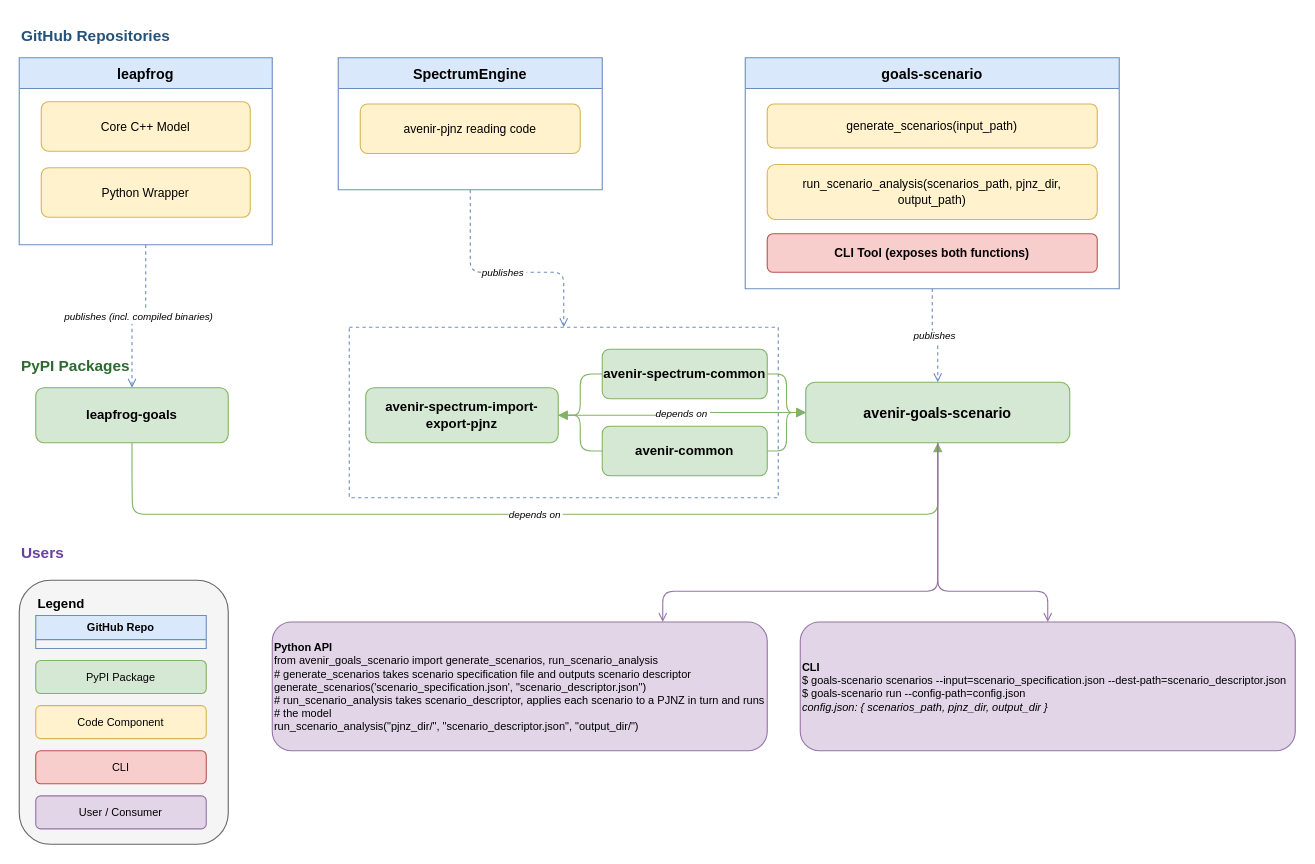
Above: images/goals_scenario_architecture.drawio in AvenirHealth-org/goals-scenario (draw.io), before the change. Source tidied: cells renumbered, new cells numbered last; positions are measured from the earlier drawing's top-left corner, leaving out a move shared by most shapes. Both pictures are drawn from the tidied source at 110%, with x=0, y=0 at pixel (19, 19).
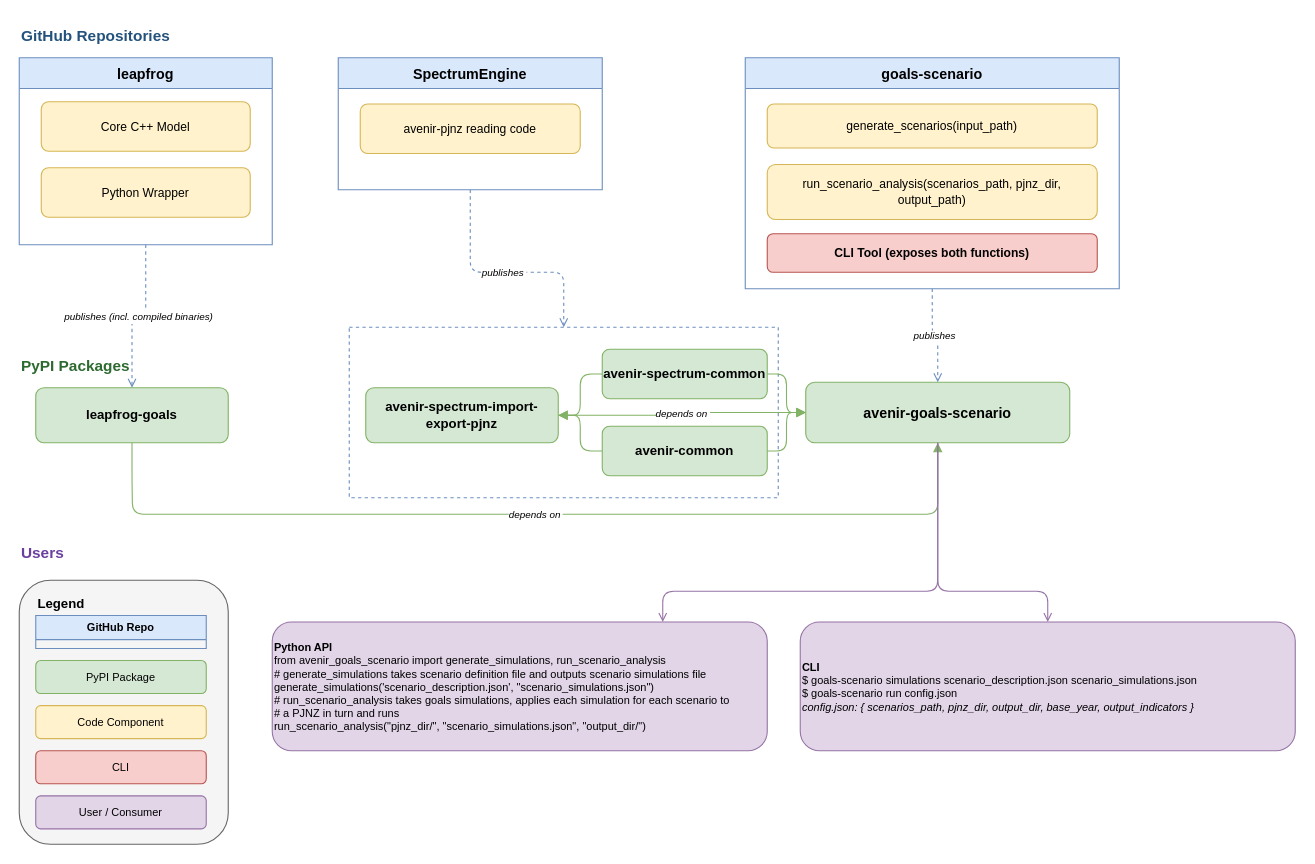
The same diagram, later.

Commit message (it also covers changes not shown here):
Update architecture diagram

What changed in the source:
```diff
@@
-    <mxCell id="20" value="&lt;b&gt;Python API&lt;/b&gt;&lt;br&gt;from avenir_goals_scenario import generate_scenarios, run_scenario_analysis&lt;br&gt;# generate_scenarios takes scenario specification file and outputs scenario descriptor&lt;br&gt;generate_scenarios('scenario_specification.json', &quot;scenario_descriptor.json&quot;)&lt;br&gt;# run_scenario_analysis takes scenario_descriptor, applies each scenario to a PJNZ in turn and runs # the model&lt;br&gt;run_scenario_analysis(&quot;pjnz_dir/&quot;, &quot;scenario_descriptor.json&quot;, &quot;output_dir/&quot;)" style="rounded=1;whiteSpace=wrap;html=1;fillColor=#e1d5e7;strokeColor=#9673a6;fontSize=10;align=left;" parent="1" vertex="1">
+    <mxCell id="20" value="&lt;b&gt;Python API&lt;/b&gt;&lt;br&gt;from avenir_goals_scenario import generate_simulations, run_scenario_analysis&lt;br&gt;# generate_simulations takes scenario definition file and outputs scenario simulations file&lt;br&gt;generate_simulations('scenario_description.json', &quot;scenario_simulations.json&quot;)&lt;br&gt;# run_scenario_analysis takes goals simulations, applies each simulation for each scenario to&amp;nbsp;&lt;br&gt;# a PJNZ in turn and runs&lt;br&gt;run_scenario_analysis(&quot;pjnz_dir/&quot;, &quot;scenario_simulations.json&quot;, &quot;output_dir/&quot;)" style="rounded=1;whiteSpace=wrap;html=1;fillColor=#e1d5e7;strokeColor=#9673a6;fontSize=10;align=left;" parent="1" vertex="1">
       <mxGeometry x="230" y="548" width="450" height="117" as="geometry" />
     </mxCell>
-    <mxCell id="21" value="&lt;b&gt;CLI&lt;/b&gt;&lt;br&gt;$ goals-scenario scenarios --input=scenario_specification.json --dest-path=scenario_descriptor.json&lt;br&gt;$ goals-scenario run --config-path=config.json&lt;br&gt;&lt;i&gt;config.json: { scenarios_path, pjnz_dir, output_dir }&lt;/i&gt;" style="rounded=1;whiteSpace=wrap;html=1;fillColor=#e1d5e7;strokeColor=#9673a6;fontSize=10;align=left;" parent="1" vertex="1">
+    <mxCell id="21" value="&lt;b&gt;CLI&lt;/b&gt;&lt;br&gt;$ goals-scenario simulations scenario_description.json scenario_simulations.json&lt;br&gt;$ goals-scenario run config.json&lt;br&gt;&lt;i&gt;config.json: { scenarios_path, pjnz_dir, output_dir, base_year, output_indicators }&lt;/i&gt;" style="rounded=1;whiteSpace=wrap;html=1;fillColor=#e1d5e7;strokeColor=#9673a6;fontSize=10;align=left;" parent="1" vertex="1">
       <mxGeometry x="710" y="548" width="450" height="117" as="geometry" />
     </mxCell>
```
